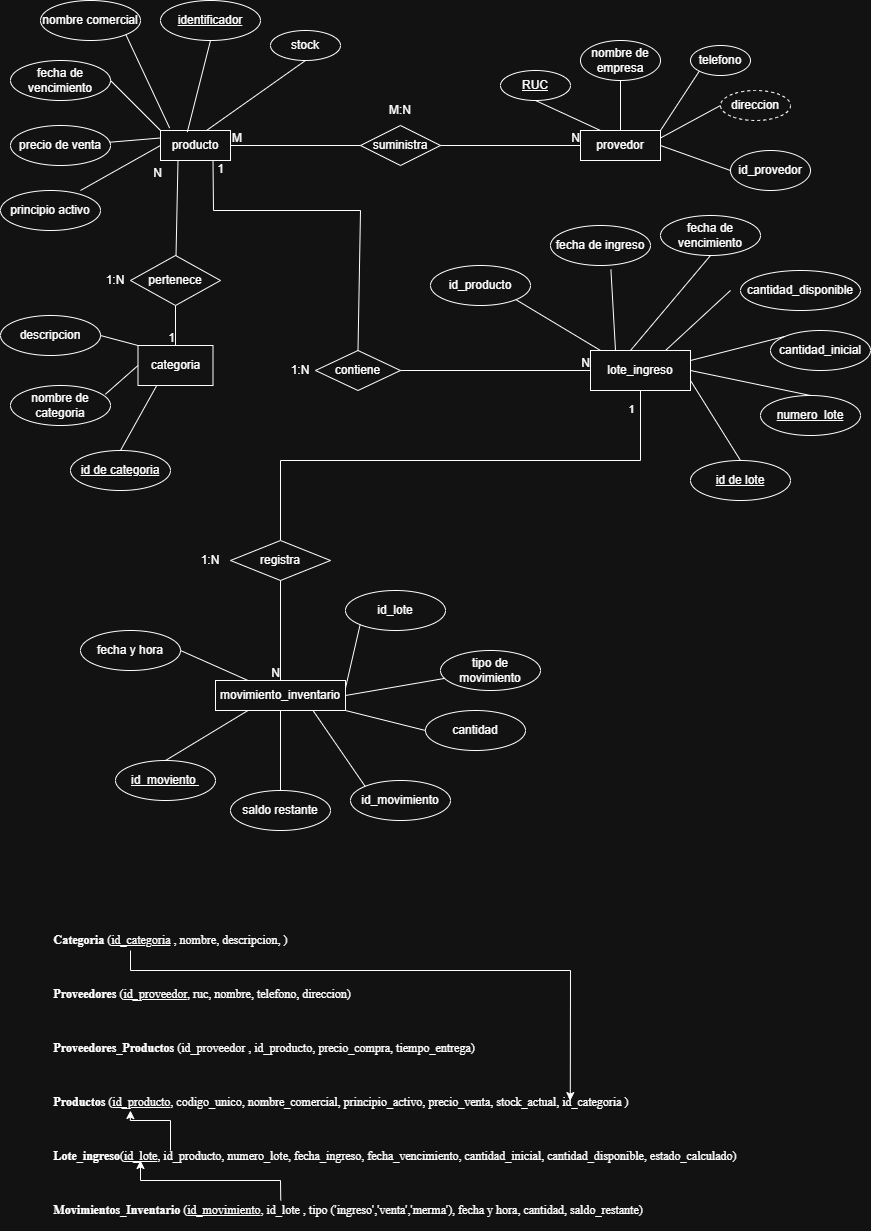
Criss-21/Diagramas-Base-De-DAtos keeps this draw.io diagram as Modelo-ER-ProyectoU1.png. Above is the earlier version. Source tidied: cells renumbered, new cells last; positions are measured from the earlier drawing's top-left corner, leaving out a move shared by most shapes.
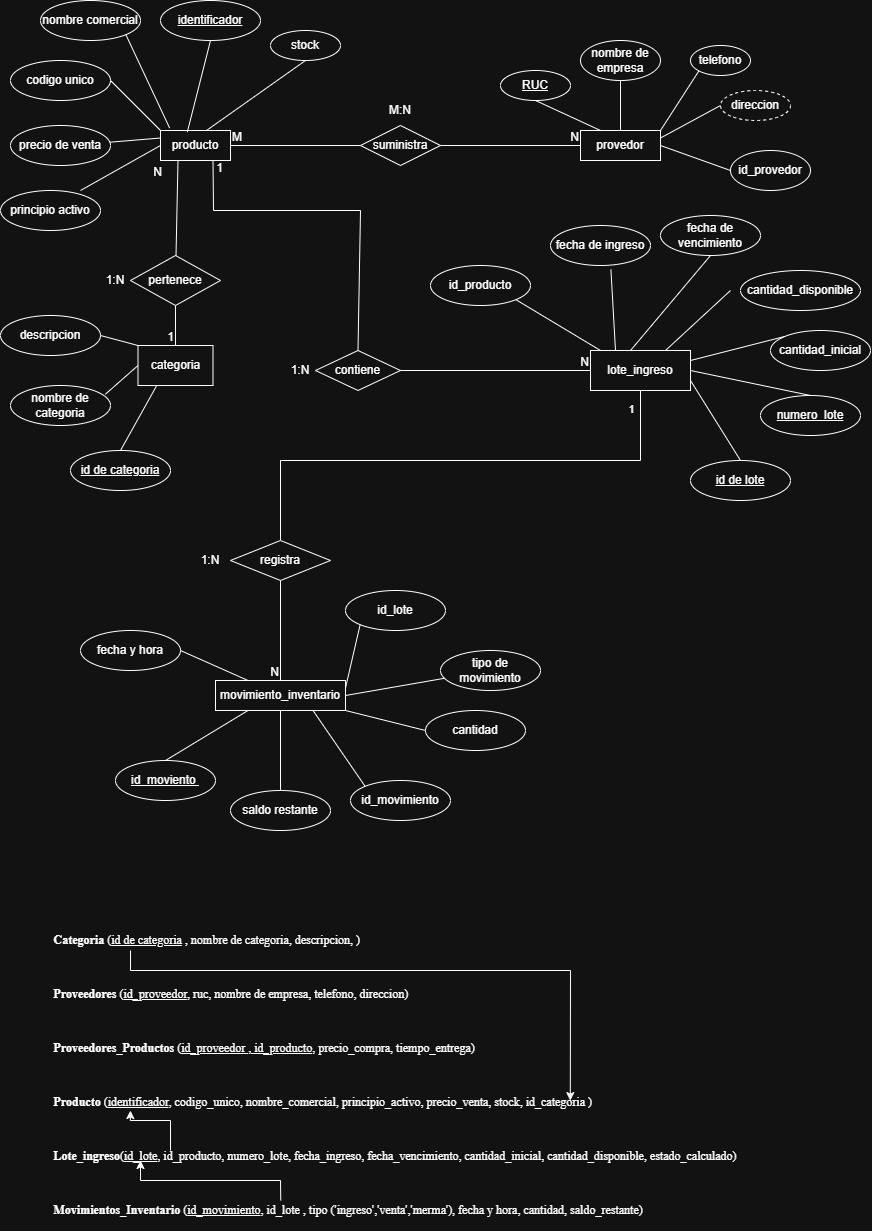
Later version of the same file.

What changed in the source:
```diff
@@ -20,7 +20,7 @@
     <mxCell id="7" value="stock" style="ellipse;whiteSpace=wrap;html=1;align=center;" parent="1" vertex="1">
       <mxGeometry x="270" y="30" width="70" height="30" as="geometry" />
     </mxCell>
-    <mxCell id="8" value="fecha de vencimiento" style="ellipse;whiteSpace=wrap;html=1;align=center;" parent="1" vertex="1">
+    <mxCell id="8" value="codigo unico" style="ellipse;whiteSpace=wrap;html=1;align=center;" parent="1" vertex="1">
       <mxGeometry x="10" y="60" width="100" height="40" as="geometry" />
     </mxCell>
     <mxCell id="9" style="endArrow=none;html=1;rounded=0;entryX=0.5;entryY=1;entryDx=0;entryDy=0;exitX=0.383;exitY=0.053;exitDx=0;exitDy=0;exitPerimeter=0;" parent="1" edge="1" source="2" target="3">
@@ -282,7 +282,7 @@
     <mxCell id="87" style="endArrow=none;html=1;rounded=0;entryX=0.75;entryY=1;entryDx=0;entryDy=0;exitX=0;exitY=0;exitDx=0;exitDy=0;" parent="1" edge="1" source="86" target="46">
       <mxGeometry relative="1" as="geometry" />
     </mxCell>
-    <mxCell id="88" value="&lt;p class=&quot;MsoNormal&quot; style=&quot;text-align:justify;line-height:normal&quot;&gt;&lt;b&gt;&lt;span style=&quot;font-family:&amp;quot;Times New Roman&amp;quot;,serif&quot;&gt;Categoria&lt;/span&gt;&lt;/b&gt;&lt;span style=&quot;font-family:&amp;quot;Times New Roman&amp;quot;,serif&quot;&gt;&amp;nbsp;(&lt;u&gt;id_categoria&lt;/u&gt; , nombre, descripcion, )&lt;/span&gt;&lt;/p&gt;&lt;p class=&quot;MsoNormal&quot; style=&quot;text-align:justify;line-height:normal&quot;&gt;&lt;span style=&quot;font-family:&amp;quot;Times New Roman&amp;quot;,serif&quot;&gt;&lt;br&gt;&lt;/span&gt;&lt;/p&gt;&lt;p class=&quot;MsoNormal&quot; style=&quot;text-align:justify;line-height:normal&quot;&gt;&lt;b&gt;&lt;span style=&quot;font-family:&amp;quot;Times New Roman&amp;quot;,serif&quot;&gt;Proveedores&lt;/span&gt;&lt;/b&gt;&lt;span style=&quot;font-family:&amp;quot;Times New Roman&amp;quot;,serif&quot;&gt; (&lt;u&gt;id_proveedor&lt;/u&gt;, ruc, nombre, telefono, direccion)&lt;/span&gt;&lt;/p&gt;&lt;p class=&quot;MsoNormal&quot; style=&quot;text-align:justify;line-height:normal&quot;&gt;&lt;span style=&quot;font-family:&amp;quot;Times New Roman&amp;quot;,serif&quot;&gt;&lt;br&gt;&lt;/span&gt;&lt;/p&gt;&lt;p class=&quot;MsoNormal&quot; style=&quot;text-align:justify;line-height:normal&quot;&gt;&lt;b&gt;&lt;span style=&quot;font-family:&amp;quot;Times New Roman&amp;quot;,serif&quot;&gt;Proveedores_Productos&lt;/span&gt;&lt;/b&gt;&lt;span style=&quot;font-family:&amp;quot;Times New Roman&amp;quot;,serif&quot;&gt; (id_proveedor , id_producto, precio_compra, tiempo_entrega)&lt;/span&gt;&lt;/p&gt;&lt;p class=&quot;MsoNormal&quot; style=&quot;text-align:justify;line-height:normal&quot;&gt;&lt;span style=&quot;font-family:&amp;quot;Times New Roman&amp;quot;,serif&quot;&gt;&lt;br&gt;&lt;/span&gt;&lt;/p&gt;&lt;p class=&quot;MsoNormal&quot; style=&quot;text-align:justify;line-height:normal&quot;&gt;&lt;b&gt;&lt;span style=&quot;font-family:&amp;quot;Times New Roman&amp;quot;,serif&quot;&gt;Productos&lt;/span&gt;&lt;/b&gt;&lt;span style=&quot;font-family:&amp;quot;Times New Roman&amp;quot;,serif&quot;&gt; (&lt;u&gt;id_producto&lt;/u&gt;, codigo_unico, nombre_comercial, principio_activo, precio_venta, stock_actual, id_categoria )&lt;/span&gt;&lt;/p&gt;&lt;p class=&quot;MsoNormal&quot; style=&quot;text-align:justify;line-height:normal&quot;&gt;&lt;span style=&quot;font-family:&amp;quot;Times New Roman&amp;quot;,serif&quot;&gt;&lt;br&gt;&lt;/span&gt;&lt;/p&gt;&lt;p class=&quot;MsoNormal&quot; style=&quot;text-align:justify;line-height:normal&quot;&gt;&lt;b&gt;&lt;span style=&quot;font-family:&amp;quot;Times New Roman&amp;quot;,serif&quot;&gt;Lote_ingreso&lt;/span&gt;&lt;/b&gt;&lt;span style=&quot;font-family:&amp;quot;Times New Roman&amp;quot;,serif&quot;&gt;(&lt;u&gt;id_lote&lt;/u&gt;, id_producto, numero_lote, fecha_ingreso, fecha_vencimiento, cantidad_inicial, cantidad_disponible, estado_calculado)&lt;/span&gt;&lt;/p&gt;&lt;p class=&quot;MsoNormal&quot; style=&quot;text-align:justify;line-height:normal&quot;&gt;&lt;span style=&quot;font-family:&amp;quot;Times New Roman&amp;quot;,serif&quot;&gt;&lt;br&gt;&lt;/span&gt;&lt;/p&gt;&lt;p class=&quot;MsoNormal&quot; style=&quot;text-align:justify;line-height:normal&quot;&gt;&lt;b&gt;&lt;span style=&quot;font-family:&amp;quot;Times New Roman&amp;quot;,serif&quot;&gt;Movimientos_Inventario&lt;/span&gt;&lt;/b&gt;&lt;span style=&quot;font-family:&amp;quot;Times New Roman&amp;quot;,serif&quot;&gt; (&lt;u&gt;id_movimiento&lt;/u&gt;, id_lote , tipo ('ingreso','venta','merma'), fecha y hora, cantidad, saldo_restante)&lt;/span&gt;&lt;/p&gt;" style="text;html=1;whiteSpace=wrap;strokeColor=none;fillColor=none;align=center;verticalAlign=middle;rounded=0;" parent="1" vertex="1">
+    <mxCell id="88" value="&lt;p class=&quot;MsoNormal&quot; style=&quot;text-align:justify;line-height:normal&quot;&gt;&lt;b&gt;&lt;span style=&quot;font-family:&amp;quot;Times New Roman&amp;quot;,serif&quot;&gt;Categoria&lt;/span&gt;&lt;/b&gt;&lt;span style=&quot;font-family:&amp;quot;Times New Roman&amp;quot;,serif&quot;&gt;&amp;nbsp;(&lt;u&gt;id de categoria&lt;/u&gt; , nombre de categoria, descripcion, )&lt;/span&gt;&lt;/p&gt;&lt;p class=&quot;MsoNormal&quot; style=&quot;text-align:justify;line-height:normal&quot;&gt;&lt;span style=&quot;font-family:&amp;quot;Times New Roman&amp;quot;,serif&quot;&gt;&lt;br&gt;&lt;/span&gt;&lt;/p&gt;&lt;p class=&quot;MsoNormal&quot; style=&quot;text-align:justify;line-height:normal&quot;&gt;&lt;b&gt;&lt;span style=&quot;font-family:&amp;quot;Times New Roman&amp;quot;,serif&quot;&gt;Proveedores&lt;/span&gt;&lt;/b&gt;&lt;span style=&quot;font-family:&amp;quot;Times New Roman&amp;quot;,serif&quot;&gt; (&lt;u&gt;id_proveedor&lt;/u&gt;, ruc, nombre de empresa, telefono, direccion)&lt;/span&gt;&lt;/p&gt;&lt;p class=&quot;MsoNormal&quot; style=&quot;text-align:justify;line-height:normal&quot;&gt;&lt;span style=&quot;font-family:&amp;quot;Times New Roman&amp;quot;,serif&quot;&gt;&lt;br&gt;&lt;/span&gt;&lt;/p&gt;&lt;p class=&quot;MsoNormal&quot; style=&quot;text-align:justify;line-height:normal&quot;&gt;&lt;b&gt;&lt;span style=&quot;font-family:&amp;quot;Times New Roman&amp;quot;,serif&quot;&gt;Proveedores_Productos&lt;/span&gt;&lt;/b&gt;&lt;span style=&quot;font-family:&amp;quot;Times New Roman&amp;quot;,serif&quot;&gt; (&lt;u&gt;id_proveedor , id_producto&lt;/u&gt;, precio_compra, tiempo_entrega)&lt;/span&gt;&lt;/p&gt;&lt;p class=&quot;MsoNormal&quot; style=&quot;text-align:justify;line-height:normal&quot;&gt;&lt;span style=&quot;font-family:&amp;quot;Times New Roman&amp;quot;,serif&quot;&gt;&lt;br&gt;&lt;/span&gt;&lt;/p&gt;&lt;p class=&quot;MsoNormal&quot; style=&quot;text-align:justify;line-height:normal&quot;&gt;&lt;b&gt;&lt;span style=&quot;font-family:&amp;quot;Times New Roman&amp;quot;,serif&quot;&gt;Producto&lt;/span&gt;&lt;/b&gt;&lt;span style=&quot;font-family:&amp;quot;Times New Roman&amp;quot;,serif&quot;&gt;&amp;nbsp;(&lt;u&gt;identificador&lt;/u&gt;, codigo_unico, nombre_comercial, principio_activo, precio_venta, stock, id_categoria )&lt;/span&gt;&lt;/p&gt;&lt;p class=&quot;MsoNormal&quot; style=&quot;text-align:justify;line-height:normal&quot;&gt;&lt;span style=&quot;font-family:&amp;quot;Times New Roman&amp;quot;,serif&quot;&gt;&lt;br&gt;&lt;/span&gt;&lt;/p&gt;&lt;p class=&quot;MsoNormal&quot; style=&quot;text-align:justify;line-height:normal&quot;&gt;&lt;b&gt;&lt;span style=&quot;font-family:&amp;quot;Times New Roman&amp;quot;,serif&quot;&gt;Lote_ingreso&lt;/span&gt;&lt;/b&gt;&lt;span style=&quot;font-family:&amp;quot;Times New Roman&amp;quot;,serif&quot;&gt;(&lt;u&gt;id_lote&lt;/u&gt;, id_producto, numero_lote, fecha_ingreso, fecha_vencimiento, cantidad_inicial, cantidad_disponible, estado_calculado)&lt;/span&gt;&lt;/p&gt;&lt;p class=&quot;MsoNormal&quot; style=&quot;text-align:justify;line-height:normal&quot;&gt;&lt;span style=&quot;font-family:&amp;quot;Times New Roman&amp;quot;,serif&quot;&gt;&lt;br&gt;&lt;/span&gt;&lt;/p&gt;&lt;p class=&quot;MsoNormal&quot; style=&quot;text-align:justify;line-height:normal&quot;&gt;&lt;b&gt;&lt;span style=&quot;font-family:&amp;quot;Times New Roman&amp;quot;,serif&quot;&gt;Movimientos_Inventario&lt;/span&gt;&lt;/b&gt;&lt;span style=&quot;font-family:&amp;quot;Times New Roman&amp;quot;,serif&quot;&gt; (&lt;u&gt;id_movimiento&lt;/u&gt;, id_lote , tipo ('ingreso','venta','merma'), fecha y hora, cantidad, saldo_restante)&lt;/span&gt;&lt;/p&gt;" style="text;html=1;whiteSpace=wrap;strokeColor=none;fillColor=none;align=center;verticalAlign=middle;rounded=0;" parent="1" vertex="1">
       <mxGeometry x="10" y="920" width="770" height="310" as="geometry" />
     </mxCell>
     <mxCell id="89" style="endArrow=classic;html=1;rounded=0;entryX=0.727;entryY=0.581;entryDx=0;entryDy=0;entryPerimeter=0;" parent="1" edge="1" target="88">
```
